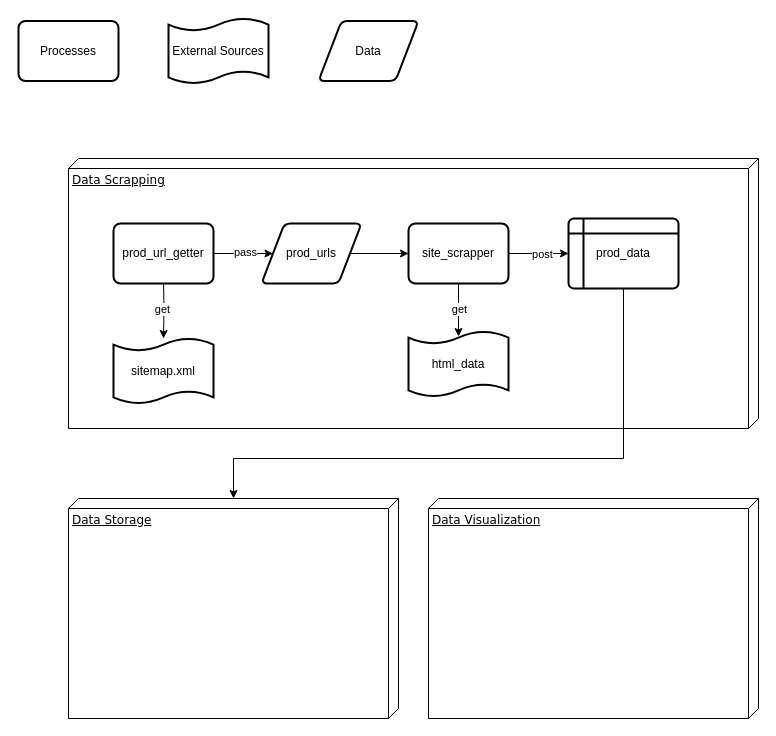
Above: Management/architecture.drawio in nferrer747/mercadona_price_db (draw.io), before the change. Source tidied: cells renumbered, new cells numbered last; positions are measured from the earlier drawing's top-left corner, leaving out a move shared by most shapes. Both pictures are drawn from the tidied source at 100%, with x=0, y=0 at pixel (18, 18).
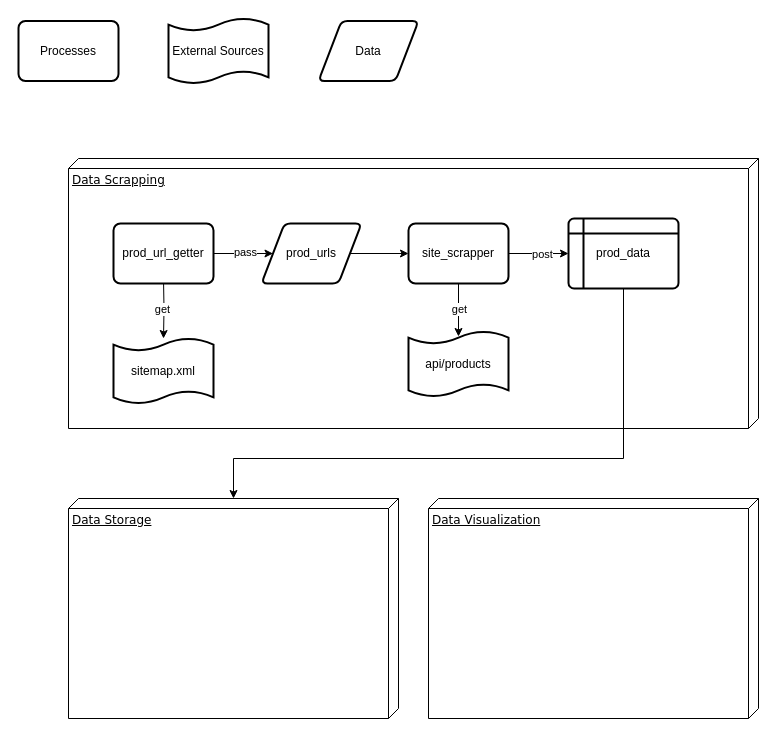
Above is the later version.

Change to the diagram source:
```diff
@@
-    <mxCell id="16" value="html_data" style="shape=tape;whiteSpace=wrap;html=1;strokeWidth=2;size=0.19;" parent="1" vertex="1">
+    <mxCell id="16" value="api/products" style="shape=tape;whiteSpace=wrap;html=1;strokeWidth=2;size=0.19;" parent="1" vertex="1">
       <mxGeometry x="390" y="313" width="100" height="65" as="geometry" />
     </mxCell>
```
